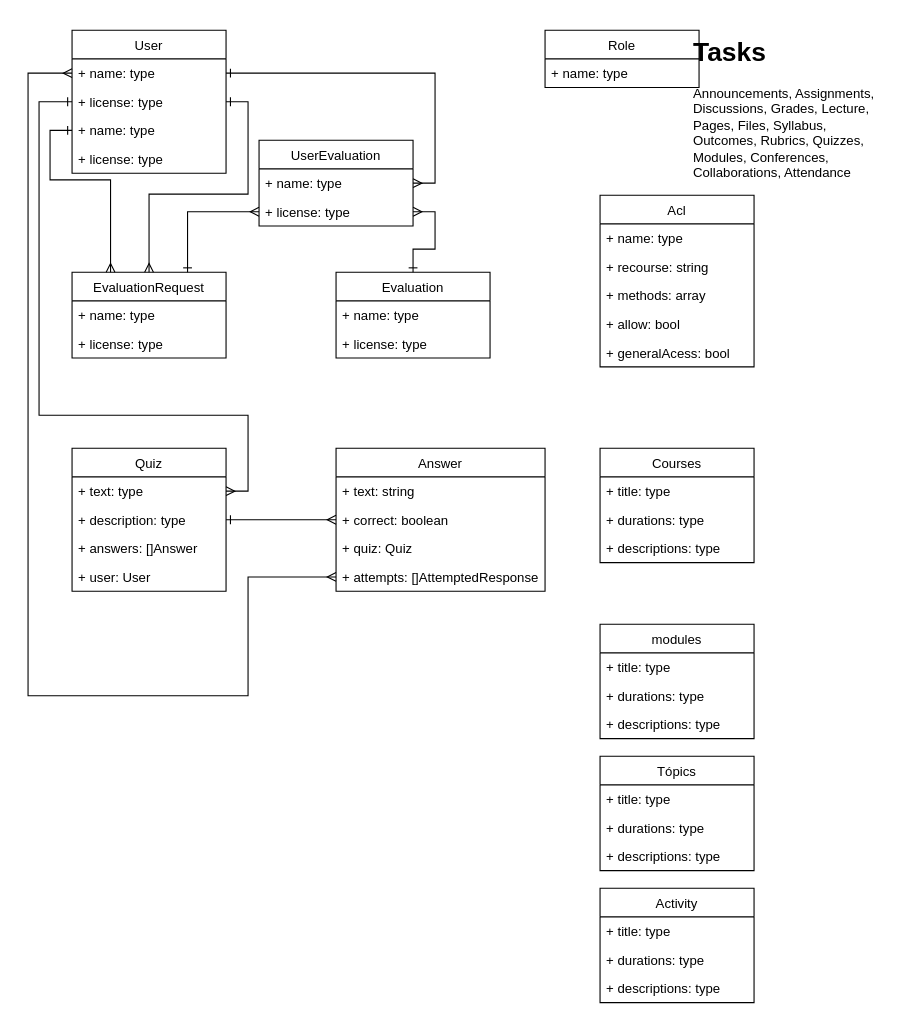
Everest4-0/Everest4.0-server keeps this draw.io diagram as page "Modelo dados" (1 of 4) of data/diagram.drawio. Above is the earlier version. Source tidied: cells renumbered, new cells numbered last; positions are measured from the earlier drawing's top-left corner, leaving out a move shared by most shapes. Both pictures are drawn from the tidied source at 110%, with x=0, y=0 at pixel (28, 30).
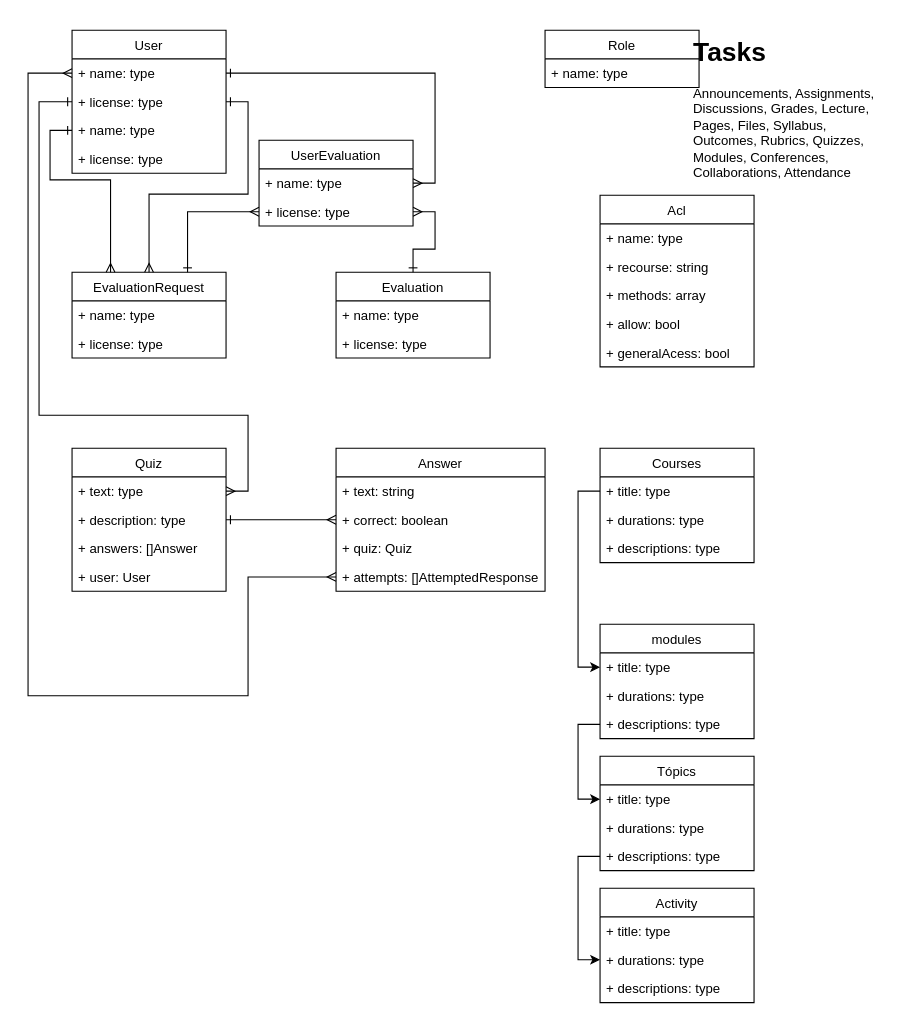
Above is the later version.

Unchanged cells that the change refers to:
```xml
<mxCell id="44" value="+ title: type" style="text;strokeColor=none;fillColor=none;align=left;verticalAlign=top;spacingLeft=4;spacingRight=4;overflow=hidden;points=[[0,0.5],[1,0.5]];portConstraint=eastwest;" parent="43" vertex="1">
  <mxGeometry y="26" width="140" height="26" as="geometry" />
</mxCell>
<mxCell id="48" value="+ title: type" style="text;strokeColor=none;fillColor=none;align=left;verticalAlign=top;spacingLeft=4;spacingRight=4;overflow=hidden;points=[[0,0.5],[1,0.5]];portConstraint=eastwest;" parent="47" vertex="1">
  <mxGeometry y="26" width="140" height="26" as="geometry" />
</mxCell>
<mxCell id="50" value="+ descriptions: type" style="text;strokeColor=none;fillColor=none;align=left;verticalAlign=top;spacingLeft=4;spacingRight=4;overflow=hidden;points=[[0,0.5],[1,0.5]];portConstraint=eastwest;" parent="47" vertex="1">
  <mxGeometry y="78" width="140" height="26" as="geometry" />
</mxCell>
<mxCell id="52" value="+ title: type" style="text;strokeColor=none;fillColor=none;align=left;verticalAlign=top;spacingLeft=4;spacingRight=4;overflow=hidden;points=[[0,0.5],[1,0.5]];portConstraint=eastwest;" parent="51" vertex="1">
  <mxGeometry y="26" width="140" height="26" as="geometry" />
</mxCell>
<mxCell id="54" value="+ descriptions: type" style="text;strokeColor=none;fillColor=none;align=left;verticalAlign=top;spacingLeft=4;spacingRight=4;overflow=hidden;points=[[0,0.5],[1,0.5]];portConstraint=eastwest;" parent="51" vertex="1">
  <mxGeometry y="78" width="140" height="26" as="geometry" />
</mxCell>
<mxCell id="57" value="+ durations: type" style="text;strokeColor=none;fillColor=none;align=left;verticalAlign=top;spacingLeft=4;spacingRight=4;overflow=hidden;points=[[0,0.5],[1,0.5]];portConstraint=eastwest;" parent="55" vertex="1">
  <mxGeometry y="52" width="140" height="26" as="geometry" />
</mxCell>
```

Diff of the diagram source:
```diff
@@
+    <mxCell id="59" style="edgeStyle=orthogonalEdgeStyle;rounded=0;jettySize=auto;html=1;exitX=0;exitY=0.5;exitDx=0;exitDy=0;entryX=0;entryY=0.5;entryDx=0;entryDy=0;" parent="1" edge="1" source="44" target="52">
+      <mxGeometry relative="1" as="geometry" />
+    </mxCell>
+    <mxCell id="60" style="edgeStyle=orthogonalEdgeStyle;rounded=0;jettySize=auto;html=1;exitX=0;exitY=0.5;exitDx=0;exitDy=0;entryX=0;entryY=0.5;entryDx=0;entryDy=0;" parent="1" edge="1" source="54" target="48">
+      <mxGeometry relative="1" as="geometry" />
+    </mxCell>
+    <mxCell id="61" style="edgeStyle=orthogonalEdgeStyle;rounded=0;jettySize=auto;html=1;exitX=0;exitY=0.5;exitDx=0;exitDy=0;entryX=0;entryY=0.5;entryDx=0;entryDy=0;" parent="1" edge="1" source="50" target="57">
+      <mxGeometry relative="1" as="geometry" />
+    </mxCell>
```
